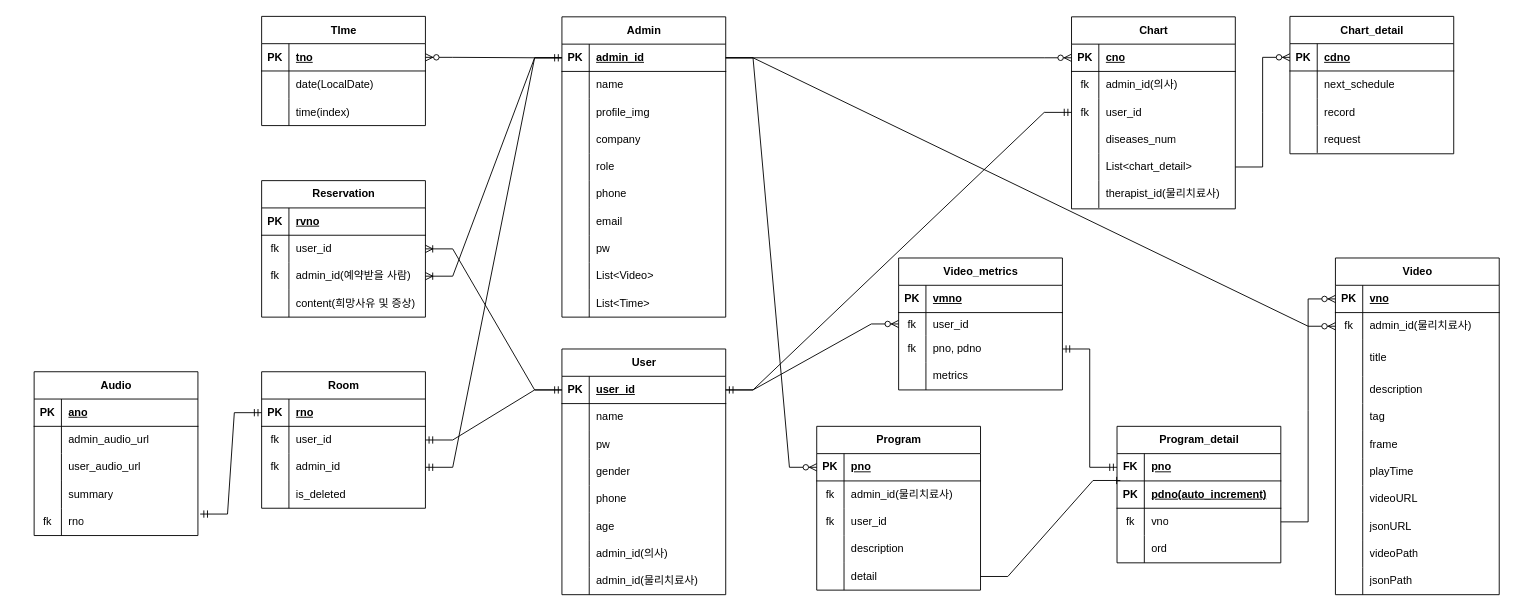
Before: dbModeling.drawio in sync-without-async/Rehab-BackEnd, a draw.io diagram. Source tidied: cells renumbered, new cells numbered last; positions are measured from the earlier drawing's top-left corner, leaving out a move shared by most shapes. Both pictures are drawn from the tidied source at 91%, with x=0, y=0 at pixel (34, 16).
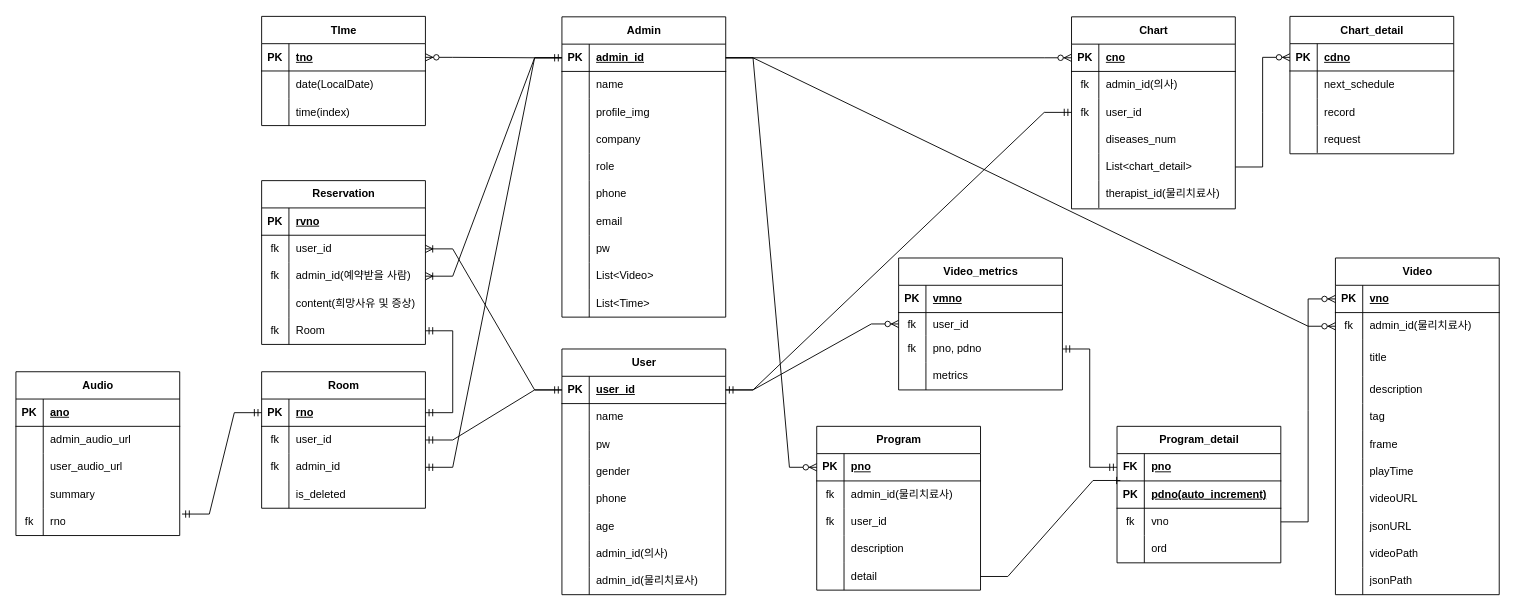
The same page after the edit.

Unchanged cells that the change refers to:
```xml
<mxCell id="175" style="shape=tableRow;horizontal=0;startSize=0;swimlaneHead=0;swimlaneBody=0;fillColor=none;points=[[0,0.5],[1,0.5]];portConstraint=eastwest;top=0;left=0;right=0;bottom=1;" parent="174" vertex="1">
  <mxGeometry y="30" width="180" height="30" as="geometry" />
</mxCell>
```

Diff of the diagram source:
```diff
@@
     <mxCell id="187" value="Reservation" style="shape=table;startSize=30;childLayout=tableLayout;rowLines=0;fontStyle=1;align=center;html=1;" parent="1" vertex="1">
-      <mxGeometry x="250" y="180" width="180" height="150" as="geometry" />
+      <mxGeometry x="250" y="180" width="180" height="180" as="geometry" />
     </mxCell>
@@
+    <mxCell id="233" style="shape=tableRow;horizontal=0;startSize=0;swimlaneHead=0;swimlaneBody=0;fillColor=none;points=[[0,0.5],[1,0.5]];portConstraint=eastwest;top=0;left=0;right=0;bottom=0;" parent="187" vertex="1">
+      <mxGeometry y="150" width="180" height="30" as="geometry" />
+    </mxCell>
+    <mxCell id="234" value="fk" style="shape=partialRectangle;fillColor=none;top=0;left=0;bottom=0;right=0;overflow=hidden;whiteSpace=wrap;html=1;" parent="233" vertex="1">
+      <mxGeometry width="30" height="30" as="geometry" />
+    </mxCell>
+    <mxCell id="235" value="Room" style="shape=partialRectangle;fillColor=none;top=0;left=0;bottom=0;right=0;align=left;spacingLeft=6;overflow=hidden;whiteSpace=wrap;html=1;" parent="233" vertex="1">
+      <mxGeometry x="30" width="150" height="30" as="geometry" />
+    </mxCell>
@@
     <mxCell id="204" value="Audio" style="shape=table;startSize=30;childLayout=tableLayout;rowLines=0;fontStyle=1;align=center;html=1;" parent="1" vertex="1">
-      <mxGeometry y="390" width="180" height="180" as="geometry" />
+      <mxGeometry x="-20" y="390" width="180" height="180" as="geometry" />
     </mxCell>
@@
+    <mxCell id="236" style="edgeStyle=entityRelationEdgeStyle;fontSize=12;html=1;endArrow=ERmandOne;startArrow=ERmandOne;rounded=0;" parent="1" edge="1" source="233" target="175">
+      <mxGeometry relative="1" as="geometry">
+        <Array as="points">
+          <mxPoint x="80" y="250" />
+        </Array>
+      </mxGeometry>
+    </mxCell>
```
